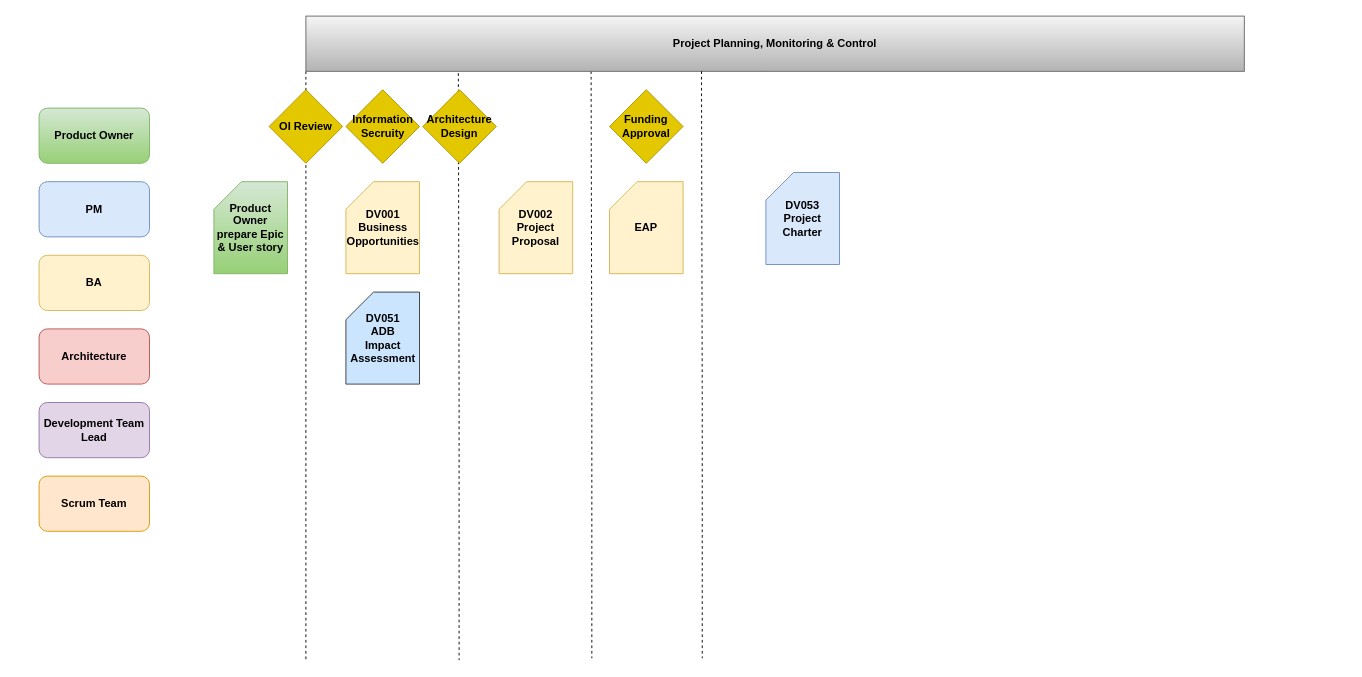
This is Untitled Diagram.drawio from matthewyuwanghin/Assignment1-, a draw.io file, before an edit. Source tidied: cells renumbered, new cells numbered last; positions are measured from the earlier drawing's top-left corner, leaving out a move shared by most shapes. Both pictures are drawn from the tidied source at 92%, with x=0, y=0 at pixel (39, 16).
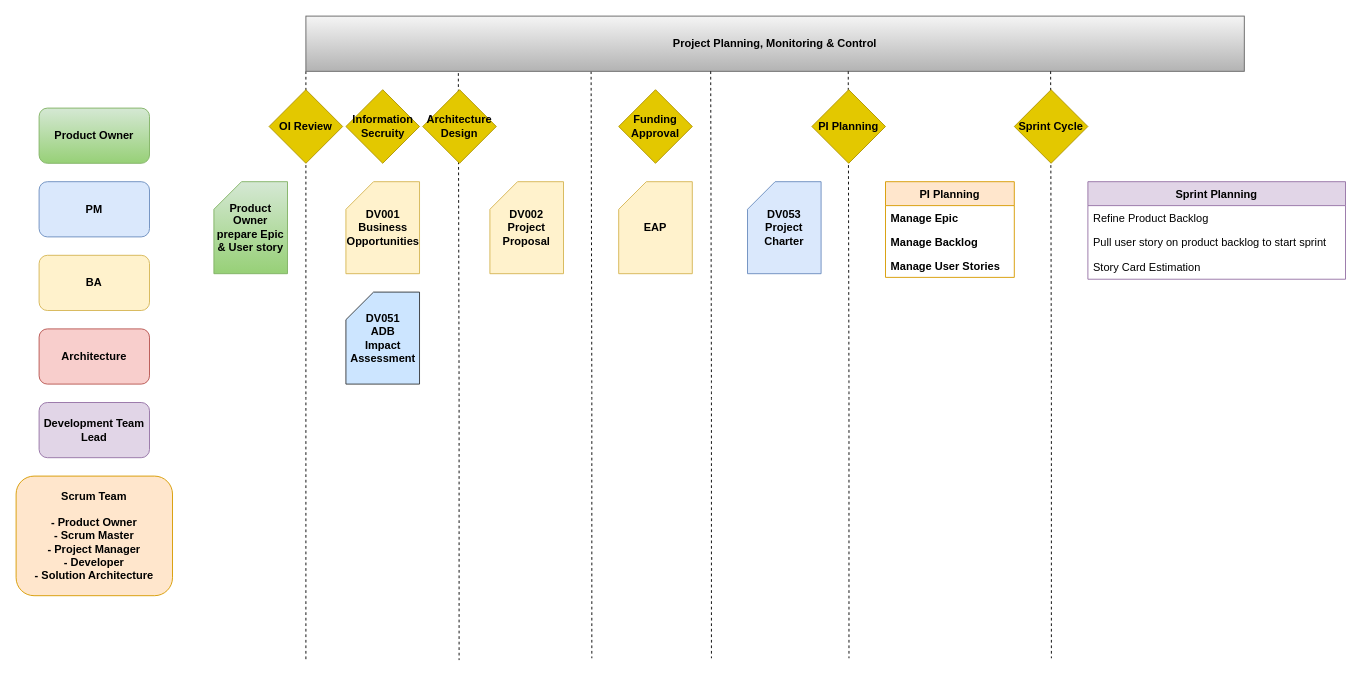
Above is the later version.

Diff of the diagram source:
```diff
@@
-    <mxCell id="7" value="Scrum Team" style="rounded=1;whiteSpace=wrap;html=1;fillColor=#ffe6cc;strokeColor=#d79b00;fontStyle=1;" parent="1" vertex="1">
-      <mxGeometry y="500" width="120" height="60" as="geometry" />
+    <mxCell id="7" value="&lt;div&gt;Scrum Team&lt;/div&gt;&lt;div&gt;&lt;br&gt;&lt;/div&gt;&lt;div&gt;- Product Owner&lt;/div&gt;&lt;div&gt;- Scrum Master&lt;/div&gt;&lt;div&gt;- Project Manager&lt;/div&gt;&lt;div&gt;- Developer&lt;/div&gt;&lt;div&gt;- Solution Architecture&lt;br&gt;&lt;/div&gt;" style="rounded=1;whiteSpace=wrap;html=1;fillColor=#ffe6cc;strokeColor=#d79b00;fontStyle=1;" parent="1" vertex="1">
+      <mxGeometry x="-25" y="500" width="170" height="130" as="geometry" />
     </mxCell>
@@
     <mxCell id="14" value="&lt;div&gt;DV002&lt;/div&gt;&lt;div&gt;Project Proposal&lt;br&gt;&lt;/div&gt;" style="shape=card;whiteSpace=wrap;html=1;fillColor=#fff2cc;strokeColor=#d6b656;fontStyle=1;" parent="1" vertex="1">
-      <mxGeometry x="500" y="180" width="80" height="100" as="geometry" />
+      <mxGeometry x="490" y="180" width="80" height="100" as="geometry" />
     </mxCell>
@@
     <mxCell id="18" value="Funding Approval" style="rhombus;whiteSpace=wrap;html=1;fillColor=#e3c800;strokeColor=#B09500;fontStyle=1;fontColor=#000000;" parent="1" vertex="1">
-      <mxGeometry x="620" y="80" width="80" height="80" as="geometry" />
+      <mxGeometry x="630" y="80" width="80" height="80" as="geometry" />
     </mxCell>
@@
     <mxCell id="20" value="&lt;div&gt;DV053&lt;/div&gt;&lt;div&gt;Project Charter&lt;br&gt;&lt;/div&gt;" style="shape=card;whiteSpace=wrap;html=1;fillColor=#dae8fc;strokeColor=#6c8ebf;fontStyle=1;" parent="1" vertex="1">
-      <mxGeometry x="790" y="170" width="80" height="100" as="geometry" />
+      <mxGeometry x="770" y="180" width="80" height="100" as="geometry" />
     </mxCell>
     <mxCell id="21" style="endArrow=none;dashed=1;html=1;exitX=0.185;exitY=1.033;exitDx=0;exitDy=0;exitPerimeter=0;" parent="1" edge="1">
       <mxGeometry relative="1" as="geometry">
-        <mxPoint x="720" y="60" as="sourcePoint" />
-        <mxPoint x="720.8" y="698" as="targetPoint" />
+        <mxPoint x="730" y="60" as="sourcePoint" />
+        <mxPoint x="730.8" y="698" as="targetPoint" />
         <Array as="points">
-          <mxPoint x="720.8" y="408" />
+          <mxPoint x="730.8" y="408" />
         </Array>
       </mxGeometry>
     </mxCell>
     <mxCell id="22" value="EAP" style="shape=card;whiteSpace=wrap;html=1;fillColor=#fff2cc;strokeColor=#d6b656;fontStyle=1;" parent="1" vertex="1">
-      <mxGeometry x="620" y="180" width="80" height="100" as="geometry" />
+      <mxGeometry x="630" y="180" width="80" height="100" as="geometry" />
     </mxCell>
+    <mxCell id="23" style="endArrow=none;dashed=1;html=1;exitX=0.185;exitY=1.033;exitDx=0;exitDy=0;exitPerimeter=0;" parent="1" edge="1">
+      <mxGeometry relative="1" as="geometry">
+        <mxPoint x="879.5" y="60" as="sourcePoint" />
+        <mxPoint x="880.3" y="698" as="targetPoint" />
+        <Array as="points">
+          <mxPoint x="880.3" y="408" />
+        </Array>
+      </mxGeometry>
+    </mxCell>
+    <mxCell id="24" value="PI Planning" style="rhombus;whiteSpace=wrap;html=1;fillColor=#e3c800;strokeColor=#B09500;fontStyle=1;fontColor=#000000;" parent="1" vertex="1">
+      <mxGeometry x="840" y="80" width="80" height="80" as="geometry" />
+    </mxCell>
+    <mxCell id="25" value="PI Planning" style="swimlane;fontStyle=1;horizontal=1;startSize=26;fillColor=#ffe6cc;strokeColor=#d79b00;" parent="1" vertex="1">
+      <mxGeometry x="920" y="180" width="140" height="104" as="geometry" />
+    </mxCell>
+    <mxCell id="26" value="Manage Epic" style="text;strokeColor=none;fillColor=none;align=left;verticalAlign=top;spacingLeft=4;spacingRight=4;overflow=hidden;fontStyle=1;" parent="25" vertex="1">
+      <mxGeometry y="26" width="140" height="26" as="geometry" />
+    </mxCell>
+    <mxCell id="27" value="Manage Backlog" style="text;strokeColor=none;fillColor=none;align=left;verticalAlign=top;spacingLeft=4;spacingRight=4;overflow=hidden;fontStyle=1;" parent="25" vertex="1">
+      <mxGeometry y="52" width="140" height="26" as="geometry" />
+    </mxCell>
+    <mxCell id="28" value="Manage User Stories" style="text;strokeColor=none;fillColor=none;align=left;verticalAlign=top;spacingLeft=4;spacingRight=4;overflow=hidden;fontStyle=1;" parent="25" vertex="1">
+      <mxGeometry y="78" width="140" height="26" as="geometry" />
+    </mxCell>
+    <mxCell id="29" style="endArrow=none;dashed=1;html=1;exitX=0.185;exitY=1.033;exitDx=0;exitDy=0;exitPerimeter=0;" parent="1" edge="1">
+      <mxGeometry relative="1" as="geometry">
+        <mxPoint x="1099.5" y="60" as="sourcePoint" />
+        <mxPoint x="1100.3" y="698" as="targetPoint" />
+        <Array as="points">
+          <mxPoint x="1100.3" y="408" />
+        </Array>
+      </mxGeometry>
+    </mxCell>
+    <mxCell id="30" value="Sprint Cycle" style="rhombus;whiteSpace=wrap;html=1;fillColor=#e3c800;strokeColor=#B09500;fontStyle=1;fontColor=#000000;" parent="1" vertex="1">
+      <mxGeometry x="1060" y="80" width="80" height="80" as="geometry" />
+    </mxCell>
+    <mxCell id="31" value="Sprint Planning" style="swimlane;fontStyle=1;horizontal=1;startSize=26;fillColor=#e1d5e7;strokeColor=#9673a6;" parent="1" vertex="1">
+      <mxGeometry x="1140" y="180" width="280" height="106" as="geometry" />
+    </mxCell>
+    <mxCell id="32" value="Refine Product Backlog" style="text;strokeColor=none;fillColor=none;align=left;verticalAlign=top;spacingLeft=4;spacingRight=4;overflow=hidden;" parent="31" vertex="1">
+      <mxGeometry y="26" width="280" height="26" as="geometry" />
+    </mxCell>
+    <mxCell id="33" value="Pull user story on product backlog to start sprint" style="text;strokeColor=none;fillColor=none;align=left;verticalAlign=top;spacingLeft=4;spacingRight=4;overflow=hidden;" parent="31" vertex="1">
+      <mxGeometry y="52" width="280" height="28" as="geometry" />
+    </mxCell>
+    <mxCell id="34" value="Story Card Estimation" style="text;strokeColor=none;fillColor=none;align=left;verticalAlign=top;spacingLeft=4;spacingRight=4;overflow=hidden;" parent="31" vertex="1">
+      <mxGeometry y="80" width="280" height="26" as="geometry" />
+    </mxCell>
```
